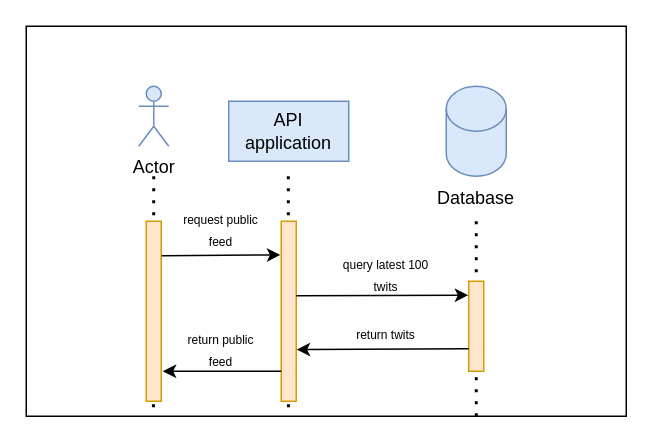
This is report/images/Simulator_request_sequence_diagram.drawio from minitwit-JOEL/minitwit-DEVOPS, a draw.io file, before an edit. Source tidied: cells renumbered, new cells numbered last; positions are measured from the earlier drawing's top-left corner, leaving out a move shared by most shapes. Both pictures are drawn from the tidied source at 150%, with x=0, y=0 at pixel (26, 26).
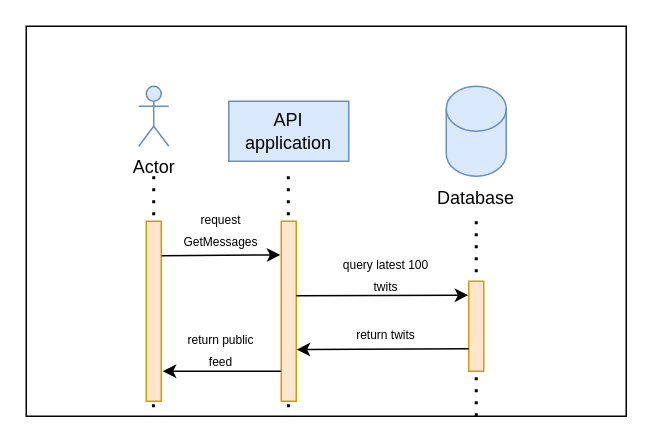
After the change.

Diff of the diagram source:
```diff
@@
-    <mxCell id="14" value="&lt;font style=&quot;font-size: 8px;&quot;&gt;request public feed&lt;/font&gt;" style="text;html=1;align=center;verticalAlign=middle;whiteSpace=wrap;rounded=0;" parent="1" vertex="1">
+    <mxCell id="14" value="&lt;font style=&quot;font-size: 8px;&quot;&gt;request GetMessages&lt;/font&gt;" style="text;html=1;align=center;verticalAlign=middle;whiteSpace=wrap;rounded=0;" parent="1" vertex="1">
       <mxGeometry x="100" y="120" width="60" height="30" as="geometry" />
     </mxCell>
```
